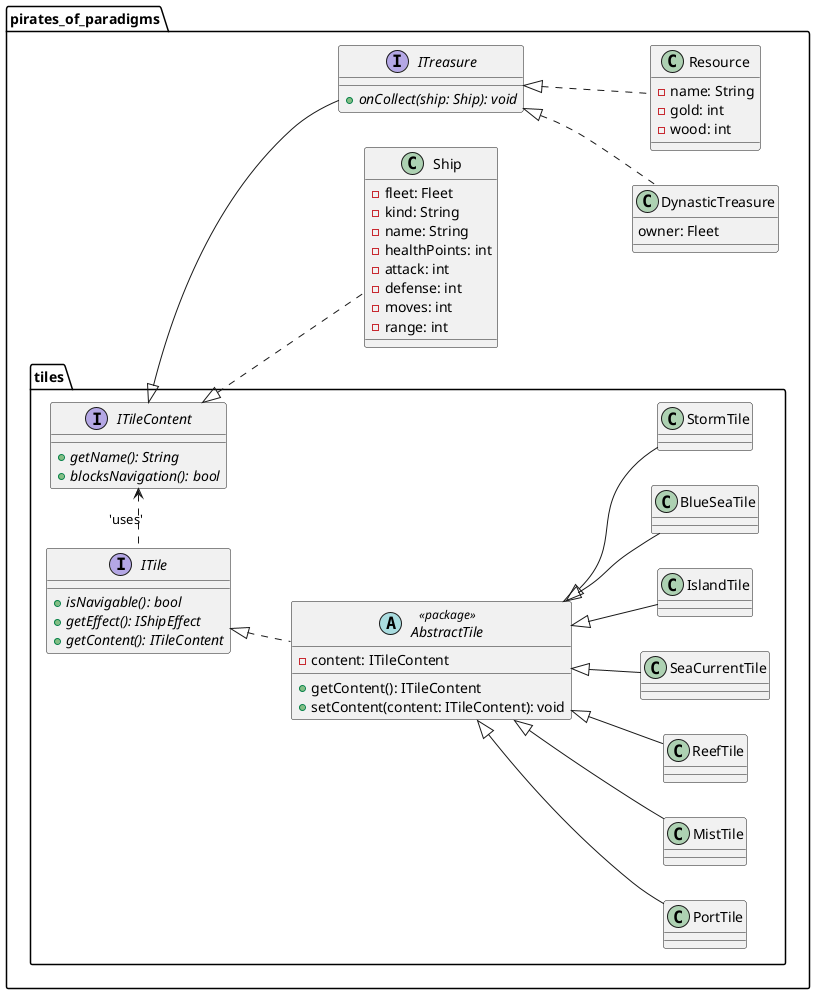
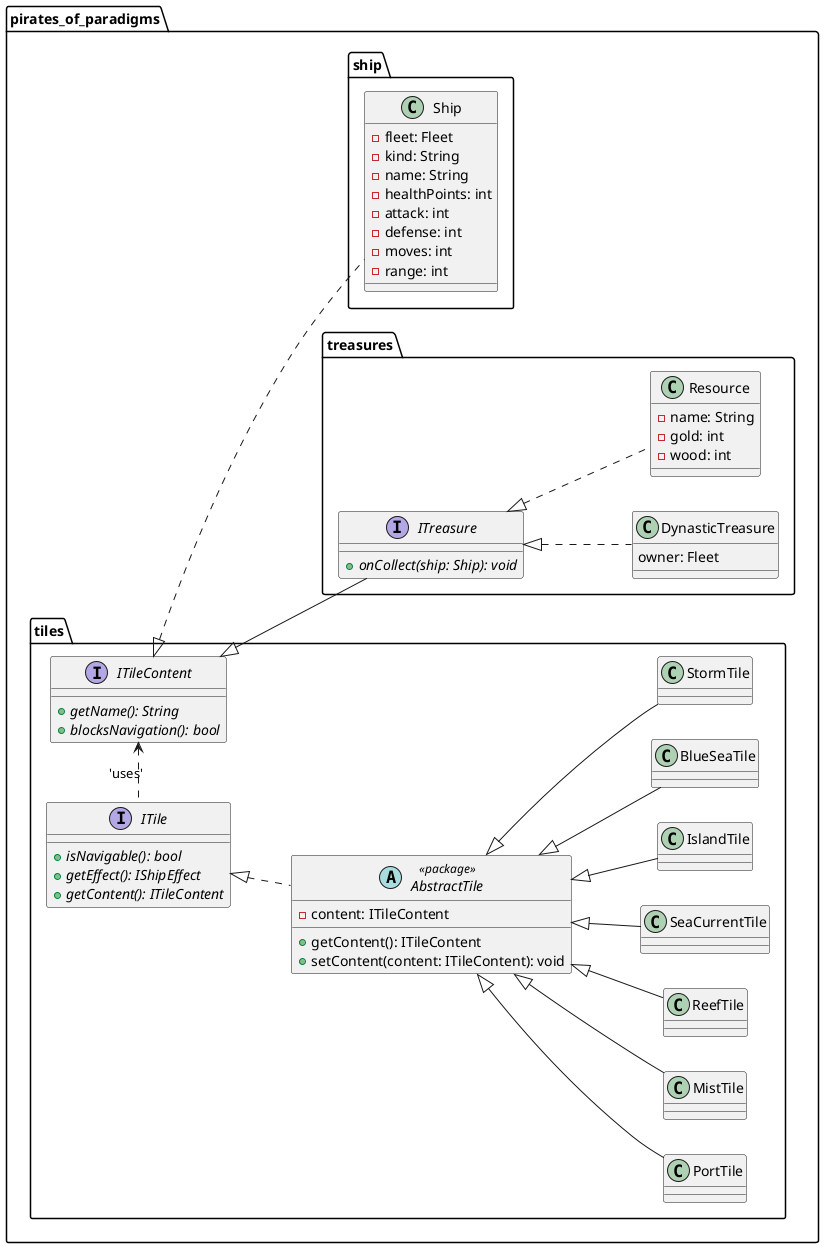
@startuml
left to right direction

package "pirates_of_paradigms" {
    package "tiles" {
        interface ITile
        interface ITileContent
        abstract AbstractTile <<package>> implements ITile
        class BlueSeaTile extends AbstractTile
        class StormTile extends AbstractTile
        class PortTile extends AbstractTile
        class MistTile extends AbstractTile
        class ReefTile extends AbstractTile
        class SeaCurrentTile extends AbstractTile
        class IslandTile extends AbstractTile
        ITileContent <. ITile : 'uses'
    }

-     interface ITreasure implements tiles.ITileContent
-     class Resource implements ITreasure
-     class DynasticTreasure implements ITreasure
-     class Ship implements tiles.ITileContent
+     package "treasures" {
+         interface ITreasure implements pirates_of_paradigms.tiles.ITileContent
+         class Resource implements ITreasure
+         class DynasticTreasure implements ITreasure
+     }
+ 
+     package "ship" {
+         class Ship implements pirates_of_paradigms.tiles.ITileContent
+     }
}

' ################################################################
' Esta sección es para definir miembros y metodos
' ################################################################

interface pirates_of_paradigms.tiles.ITile {
    + {abstract} isNavigable(): bool
    + {abstract} getEffect(): IShipEffect
    + {abstract} getContent(): ITileContent
}

interface pirates_of_paradigms.tiles.ITileContent {
    + {abstract} getName(): String
    + {abstract} blocksNavigation(): bool
}

abstract pirates_of_paradigms.tiles.AbstractTile {
    - content: ITileContent
    + getContent(): ITileContent
    + setContent(content: ITileContent): void
}

- interface pirates_of_paradigms.ITreasure {
+ interface pirates_of_paradigms.treasures.ITreasure {
    + {abstract} onCollect(ship: Ship): void
}

- class pirates_of_paradigms.Resource {
+ class pirates_of_paradigms.treasures.Resource {
    - name: String
    - gold: int
    - wood: int
}

- class pirates_of_paradigms.DynasticTreasure {
+ class pirates_of_paradigms.treasures.DynasticTreasure {
    owner: Fleet
}

- class pirates_of_paradigms.Ship {
+ class pirates_of_paradigms.ship.Ship {
    - fleet: Fleet
    - kind: String
    - name: String
    - healthPoints: int
    - attack: int
    - defense: int
    - moves: int
    - range: int
}

@enduml